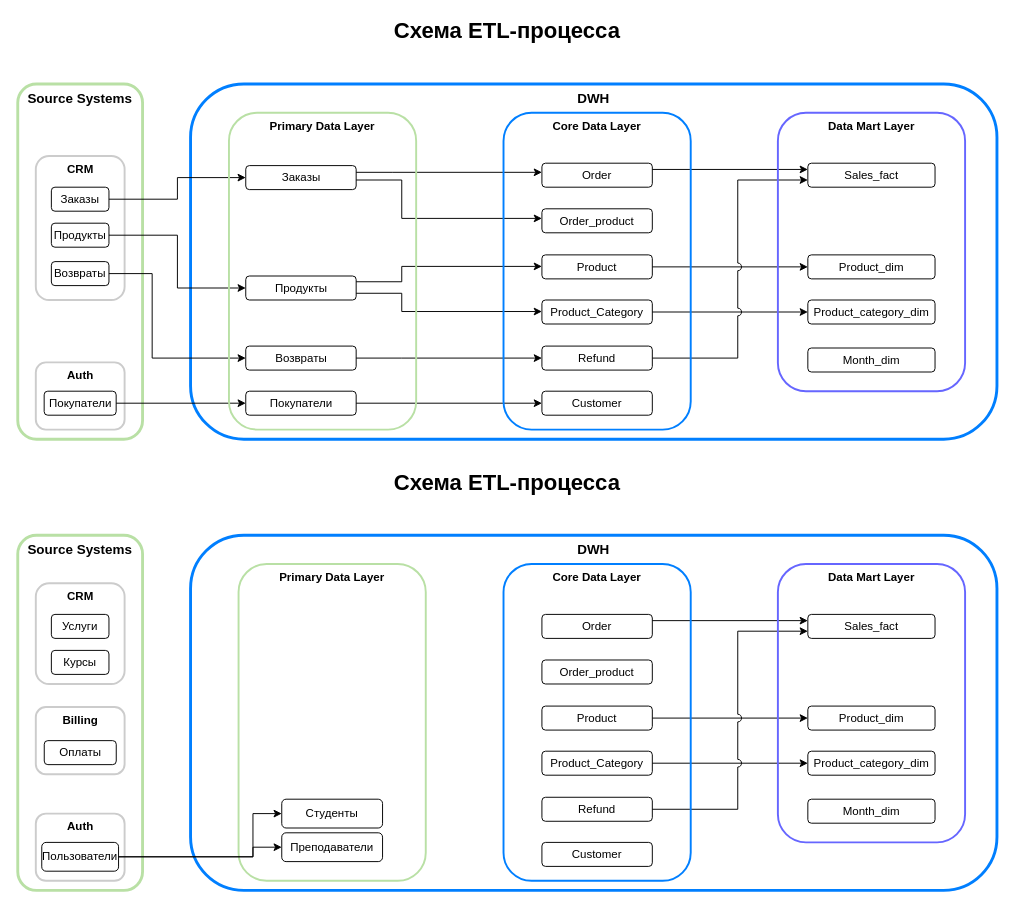
Earlier version of the draw.io diagram page "ETL" (3 of 3) of PWH-18_diplom.drawio (nik-gorby/PWH-18). Source tidied: cells renumbered, new cells numbered last; positions are measured from the earlier drawing's top-left corner, leaving out a move shared by most shapes. Both pictures are drawn from the tidied source at 96%, with x=0, y=0 at pixel (17, 16).
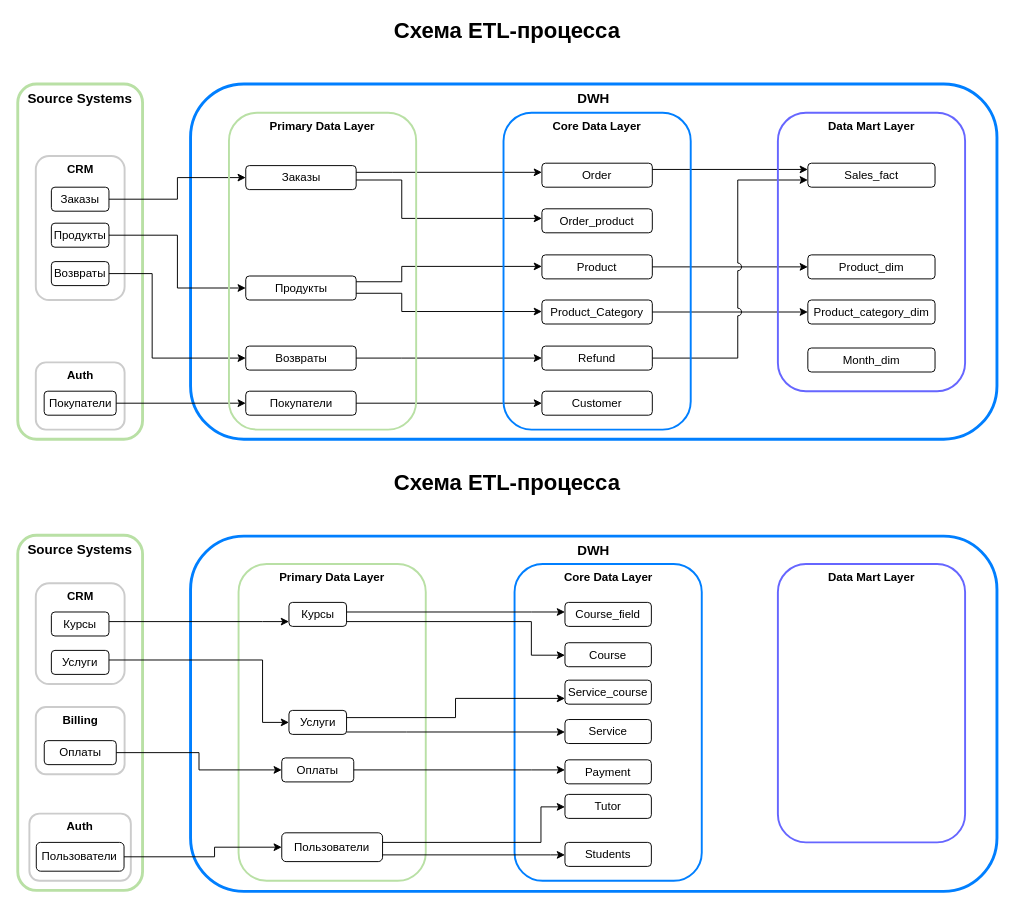
After the change.

The change refers to these unchanged cells:
```xml
<mxCell id="44" style="group;" parent="1" vertex="1">
  <mxGeometry y="470" width="1020" height="440" as="geometry" />
</mxCell>
<mxCell id="65" style="group;" parent="44" vertex="1">
  <mxGeometry x="18.8" y="120" width="92.5" height="105" as="geometry" />
</mxCell>
<mxCell id="71" value="Оплаты" style="rounded=1;whiteSpace=wrap;html=1;fillColor=none;" parent="69" vertex="1">
  <mxGeometry x="8.8" y="35" width="75" height="25" as="geometry" />
</mxCell>
```

What changed in the source:
```diff
@@
     <mxCell id="46" value="&lt;b&gt;&lt;font style=&quot;font-size: 14px;&quot;&gt;DWH&lt;/font&gt;&lt;/b&gt;" style="rounded=1;whiteSpace=wrap;html=1;verticalAlign=top;fillColor=default;strokeColor=#007FFF;strokeWidth=3;" parent="44" vertex="1">
-      <mxGeometry x="180" y="70" width="840" height="370" as="geometry" />
+      <mxGeometry x="180" y="71" width="840" height="370" as="geometry" />
     </mxCell>
@@
-    <mxCell id="48" style="edgeStyle=orthogonalEdgeStyle;rounded=0;jettySize=auto;html=1;jumpStyle=arc;" parent="44" edge="1" source="53" target="60">
-      <mxGeometry relative="1" as="geometry">
-        <Array as="points">
-          <mxPoint x="743" y="159" />
-          <mxPoint x="743" y="159" />
-        </Array>
-      </mxGeometry>
-    </mxCell>
-    <mxCell id="49" style="edgeStyle=orthogonalEdgeStyle;rounded=0;jettySize=auto;html=1;" parent="44" edge="1" source="55" target="62">
-      <mxGeometry relative="1" as="geometry" />
-    </mxCell>
-    <mxCell id="50" style="edgeStyle=orthogonalEdgeStyle;rounded=0;jettySize=auto;html=1;entryX=0;entryY=0.5;entryDx=0;entryDy=0;" parent="44" edge="1" source="56" target="63">
-      <mxGeometry relative="1" as="geometry" />
-    </mxCell>
-    <mxCell id="51" style="edgeStyle=orthogonalEdgeStyle;rounded=0;jettySize=auto;html=1;jumpStyle=arc;jumpSize=8;flowAnimation=0;shadow=0;" parent="44" edge="1" source="58" target="60">
-      <mxGeometry relative="1" as="geometry">
-        <Array as="points">
-          <mxPoint x="750" y="355" />
-          <mxPoint x="750" y="170" />
-        </Array>
-      </mxGeometry>
-    </mxCell>
     <mxCell id="52" value="&lt;b&gt;Core Data Layer&lt;/b&gt;" style="rounded=1;whiteSpace=wrap;html=1;verticalAlign=top;fillColor=none;strokeColor=#007FFF;strokeWidth=2;" parent="44" vertex="1">
-      <mxGeometry x="506" y="100" width="195" height="330" as="geometry" />
+      <mxGeometry x="517.5" y="100" width="195" height="330" as="geometry" />
     </mxCell>
-    <mxCell id="53" value="Order" style="rounded=1;whiteSpace=wrap;html=1;fillColor=none;" parent="44" vertex="1">
-      <mxGeometry x="546" y="152.5" width="115" height="25" as="geometry" />
-    </mxCell>
-    <mxCell id="54" value="Order_product" style="rounded=1;whiteSpace=wrap;html=1;fillColor=none;" parent="44" vertex="1">
-      <mxGeometry x="546" y="200" width="115" height="25" as="geometry" />
-    </mxCell>
-    <mxCell id="55" value="P&lt;span style=&quot;background-color: transparent; color: light-dark(rgb(0, 0, 0), rgb(255, 255, 255));&quot;&gt;roduct&lt;/span&gt;" style="rounded=1;whiteSpace=wrap;html=1;fillColor=none;" parent="44" vertex="1">
-      <mxGeometry x="546" y="248" width="115" height="25" as="geometry" />
-    </mxCell>
-    <mxCell id="56" value="P&lt;span style=&quot;background-color: transparent; color: light-dark(rgb(0, 0, 0), rgb(255, 255, 255));&quot;&gt;roduct_Category&lt;/span&gt;" style="rounded=1;whiteSpace=wrap;html=1;fillColor=none;" parent="44" vertex="1">
-      <mxGeometry x="546" y="295" width="115" height="25" as="geometry" />
-    </mxCell>
-    <mxCell id="57" value="Customer" style="rounded=1;whiteSpace=wrap;html=1;fillColor=none;" parent="44" vertex="1">
-      <mxGeometry x="546" y="390" width="115" height="25" as="geometry" />
-    </mxCell>
-    <mxCell id="58" value="Refund" style="rounded=1;whiteSpace=wrap;html=1;fillColor=none;" parent="44" vertex="1">
-      <mxGeometry x="546" y="343" width="115" height="25" as="geometry" />
-    </mxCell>
@@
-    <mxCell id="60" value="Sales_fact" style="rounded=1;whiteSpace=wrap;html=1;fillColor=none;" parent="44" vertex="1">
-      <mxGeometry x="823" y="152.5" width="132.5" height="25" as="geometry" />
-    </mxCell>
-    <mxCell id="61" value="Month_dim" style="rounded=1;whiteSpace=wrap;html=1;fillColor=none;" parent="44" vertex="1">
-      <mxGeometry x="823" y="345" width="132.5" height="25" as="geometry" />
-    </mxCell>
-    <mxCell id="62" value="Product_dim" style="rounded=1;whiteSpace=wrap;html=1;fillColor=none;" parent="44" vertex="1">
-      <mxGeometry x="823" y="248" width="132.5" height="25" as="geometry" />
-    </mxCell>
-    <mxCell id="63" value="Product_category_dim" style="rounded=1;whiteSpace=wrap;html=1;fillColor=none;" parent="44" vertex="1">
-      <mxGeometry x="823" y="295" width="132.5" height="25" as="geometry" />
-    </mxCell>
@@
     <mxCell id="67" value="Услуги" style="rounded=1;whiteSpace=wrap;html=1;fillColor=none;" parent="65" vertex="1">
-      <mxGeometry x="16.2" y="32.5" width="60" height="25" as="geometry" />
+      <mxGeometry x="16.2" y="70" width="60" height="25" as="geometry" />
     </mxCell>
     <mxCell id="68" value="Курсы" style="rounded=1;whiteSpace=wrap;html=1;fillColor=none;" parent="65" vertex="1">
-      <mxGeometry x="16.2" y="70" width="60" height="25" as="geometry" />
+      <mxGeometry x="16.2" y="30" width="60" height="25" as="geometry" />
     </mxCell>
@@
     <mxCell id="72" style="group;" parent="44" vertex="1">
-      <mxGeometry x="16.9" y="360" width="96.2" height="70" as="geometry" />
+      <mxGeometry x="10" y="360" width="110" height="70" as="geometry" />
     </mxCell>
     <mxCell id="73" value="&lt;b&gt;Auth&lt;/b&gt;" style="rounded=1;whiteSpace=wrap;html=1;fillColor=none;verticalAlign=top;strokeColor=#CCCCCC;strokeWidth=2;" parent="72" vertex="1">
-      <mxGeometry x="1.9" width="92.5" height="70" as="geometry" />
+      <mxGeometry x="2.1" width="105.7" height="70" as="geometry" />
     </mxCell>
     <mxCell id="74" value="Пользователи" style="rounded=1;whiteSpace=wrap;html=1;fillColor=none;" parent="72" vertex="1">
-      <mxGeometry x="8.1" y="30" width="80" height="30" as="geometry" />
+      <mxGeometry x="9.3" y="30" width="91.4" height="30" as="geometry" />
     </mxCell>
-    <mxCell id="75" value="Студенты" style="rounded=1;whiteSpace=wrap;html=1;fillColor=none;" parent="44" vertex="1">
-      <mxGeometry x="275" y="345" width="105" height="30" as="geometry" />
-    </mxCell>
-    <mxCell id="76" value="Преподаватели" style="rounded=1;whiteSpace=wrap;html=1;fillColor=none;" parent="44" vertex="1">
+    <mxCell id="76" value="Пользователи" style="rounded=1;whiteSpace=wrap;html=1;fillColor=none;" parent="44" vertex="1">
       <mxGeometry x="275" y="380" width="105" height="30" as="geometry" />
     </mxCell>
-    <mxCell id="77" style="endArrow=classic;html=1;rounded=0;edgeStyle=orthogonalEdgeStyle;" parent="44" edge="1" source="74" target="75">
-      <mxGeometry relative="1" as="geometry">
-        <Array as="points">
-          <mxPoint x="245" y="405" />
-          <mxPoint x="245" y="360" />
-        </Array>
-      </mxGeometry>
-    </mxCell>
     <mxCell id="78" style="endArrow=classic;html=1;rounded=0;edgeStyle=orthogonalEdgeStyle;" parent="44" edge="1" source="74" target="76">
       <mxGeometry relative="1" as="geometry">
         <Array as="points">
-          <mxPoint x="245" y="405" />
-          <mxPoint x="245" y="395" />
+          <mxPoint x="205" y="405" />
+          <mxPoint x="205" y="395" />
         </Array>
       </mxGeometry>
     </mxCell>
+    <mxCell id="79" style="edgeStyle=orthogonalEdgeStyle;rounded=0;jettySize=auto;html=1;" parent="44" edge="1" source="80" target="94">
+      <mxGeometry relative="1" as="geometry">
+        <Array as="points">
+          <mxPoint x="535" y="315" />
+          <mxPoint x="535" y="315" />
+        </Array>
+      </mxGeometry>
+    </mxCell>
+    <mxCell id="80" value="Оплаты" style="rounded=1;whiteSpace=wrap;html=1;fillColor=none;" parent="44" vertex="1">
+      <mxGeometry x="275" y="302" width="75" height="25" as="geometry" />
+    </mxCell>
+    <mxCell id="81" style="edgeStyle=orthogonalEdgeStyle;rounded=0;jettySize=auto;html=1;" parent="44" edge="1" source="83" target="91">
+      <mxGeometry relative="1" as="geometry">
+        <Array as="points">
+          <mxPoint x="535" y="160" />
+          <mxPoint x="535" y="195" />
+        </Array>
+      </mxGeometry>
+    </mxCell>
+    <mxCell id="82" style="edgeStyle=orthogonalEdgeStyle;rounded=0;jettySize=auto;html=1;" parent="44" edge="1" source="83" target="90">
+      <mxGeometry relative="1" as="geometry">
+        <Array as="points">
+          <mxPoint x="535" y="150" />
+          <mxPoint x="535" y="150" />
+        </Array>
+      </mxGeometry>
+    </mxCell>
+    <mxCell id="83" value="Курсы" style="rounded=1;whiteSpace=wrap;html=1;fillColor=none;" parent="44" vertex="1">
+      <mxGeometry x="282.5" y="140" width="60" height="25" as="geometry" />
+    </mxCell>
+    <mxCell id="84" style="edgeStyle=orthogonalEdgeStyle;rounded=0;jettySize=auto;html=1;" parent="44" edge="1" source="86" target="93">
+      <mxGeometry relative="1" as="geometry">
+        <Array as="points">
+          <mxPoint x="405" y="275" />
+          <mxPoint x="405" y="275" />
+        </Array>
+      </mxGeometry>
+    </mxCell>
+    <mxCell id="85" style="edgeStyle=orthogonalEdgeStyle;rounded=0;jettySize=auto;html=1;" parent="44" edge="1" source="86" target="92">
+      <mxGeometry relative="1" as="geometry">
+        <Array as="points">
+          <mxPoint x="456" y="260" />
+          <mxPoint x="456" y="240" />
+        </Array>
+      </mxGeometry>
+    </mxCell>
+    <mxCell id="86" value="Услуги" style="rounded=1;whiteSpace=wrap;html=1;fillColor=none;" parent="44" vertex="1">
+      <mxGeometry x="282.5" y="252.5" width="60" height="25" as="geometry" />
+    </mxCell>
+    <mxCell id="87" style="endArrow=classic;html=1;rounded=0;edgeStyle=orthogonalEdgeStyle;" parent="44" edge="1" source="71" target="80">
+      <mxGeometry relative="1" as="geometry" />
+    </mxCell>
+    <mxCell id="88" style="endArrow=classic;html=1;rounded=0;edgeStyle=orthogonalEdgeStyle;" parent="44" edge="1" source="68" target="83">
+      <mxGeometry relative="1" as="geometry">
+        <Array as="points">
+          <mxPoint x="255" y="160" />
+          <mxPoint x="255" y="160" />
+        </Array>
+      </mxGeometry>
+    </mxCell>
+    <mxCell id="89" style="edgeStyle=orthogonalEdgeStyle;rounded=0;jettySize=auto;html=1;" parent="44" edge="1" source="67" target="86">
+      <mxGeometry relative="1" as="geometry">
+        <Array as="points">
+          <mxPoint x="255" y="200" />
+          <mxPoint x="255" y="265" />
+        </Array>
+      </mxGeometry>
+    </mxCell>
+    <mxCell id="90" value="Course_field" style="rounded=1;whiteSpace=wrap;html=1;fillColor=none;" parent="44" vertex="1">
+      <mxGeometry x="570" y="140" width="90" height="25" as="geometry" />
+    </mxCell>
+    <mxCell id="91" value="Course" style="rounded=1;whiteSpace=wrap;html=1;fillColor=none;" parent="44" vertex="1">
+      <mxGeometry x="570" y="182" width="90" height="25" as="geometry" />
+    </mxCell>
+    <mxCell id="92" value="Service_course" style="rounded=1;whiteSpace=wrap;html=1;fillColor=none;" parent="44" vertex="1">
+      <mxGeometry x="570" y="221" width="90" height="25" as="geometry" />
+    </mxCell>
+    <mxCell id="93" value="Service" style="rounded=1;whiteSpace=wrap;html=1;fillColor=none;" parent="44" vertex="1">
+      <mxGeometry x="570" y="262" width="90" height="25" as="geometry" />
+    </mxCell>
+    <mxCell id="94" value="Payment" style="rounded=1;whiteSpace=wrap;html=1;fillColor=none;" parent="44" vertex="1">
+      <mxGeometry x="570" y="304" width="90" height="25" as="geometry" />
+    </mxCell>
+    <mxCell id="95" value="Tutor" style="rounded=1;whiteSpace=wrap;html=1;fillColor=none;" parent="44" vertex="1">
+      <mxGeometry x="570" y="340" width="90" height="25" as="geometry" />
+    </mxCell>
+    <mxCell id="96" value="Students" style="rounded=1;whiteSpace=wrap;html=1;fillColor=none;" parent="44" vertex="1">
+      <mxGeometry x="570" y="390" width="90" height="25" as="geometry" />
+    </mxCell>
+    <mxCell id="97" style="edgeStyle=orthogonalEdgeStyle;rounded=0;jettySize=auto;html=1;" parent="44" edge="1" source="76" target="95">
+      <mxGeometry relative="1" as="geometry">
+        <Array as="points">
+          <mxPoint x="545" y="390" />
+          <mxPoint x="545" y="353" />
+        </Array>
+      </mxGeometry>
+    </mxCell>
+    <mxCell id="98" style="edgeStyle=orthogonalEdgeStyle;rounded=0;jettySize=auto;html=1;" parent="44" edge="1" source="76" target="96">
+      <mxGeometry relative="1" as="geometry">
+        <Array as="points">
+          <mxPoint x="555" y="403" />
+          <mxPoint x="555" y="403" />
+        </Array>
+      </mxGeometry>
+    </mxCell>
```
